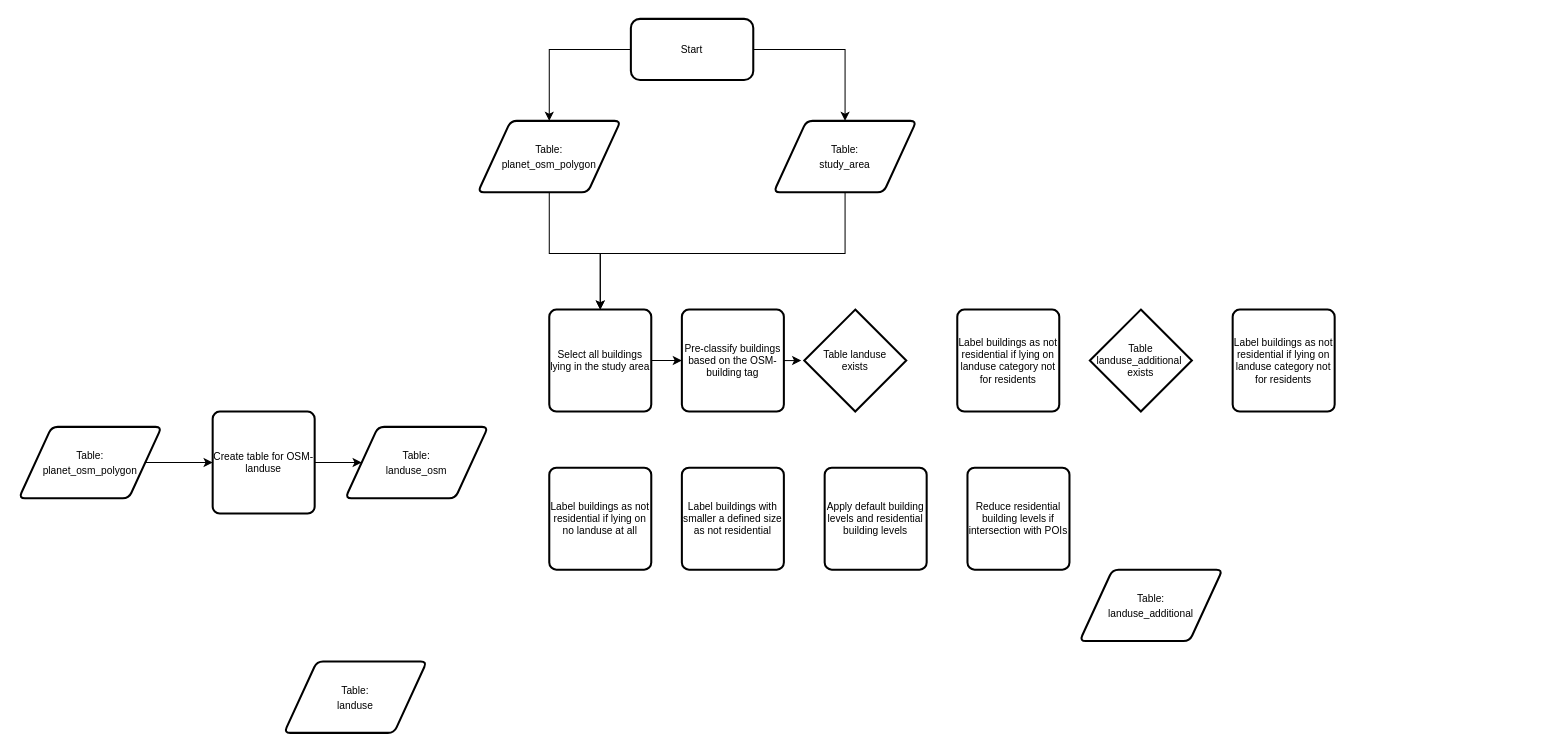
This is app/database/data_preparation/population_disaggregation.drawio from goat-community/goat, a draw.io file, before an edit. Source tidied: cells renumbered, new cells numbered last; positions are measured from the earlier drawing's top-left corner, leaving out a move shared by most shapes. Both pictures are drawn from the tidied source at 102%, with x=0, y=0 at pixel (18, 18).
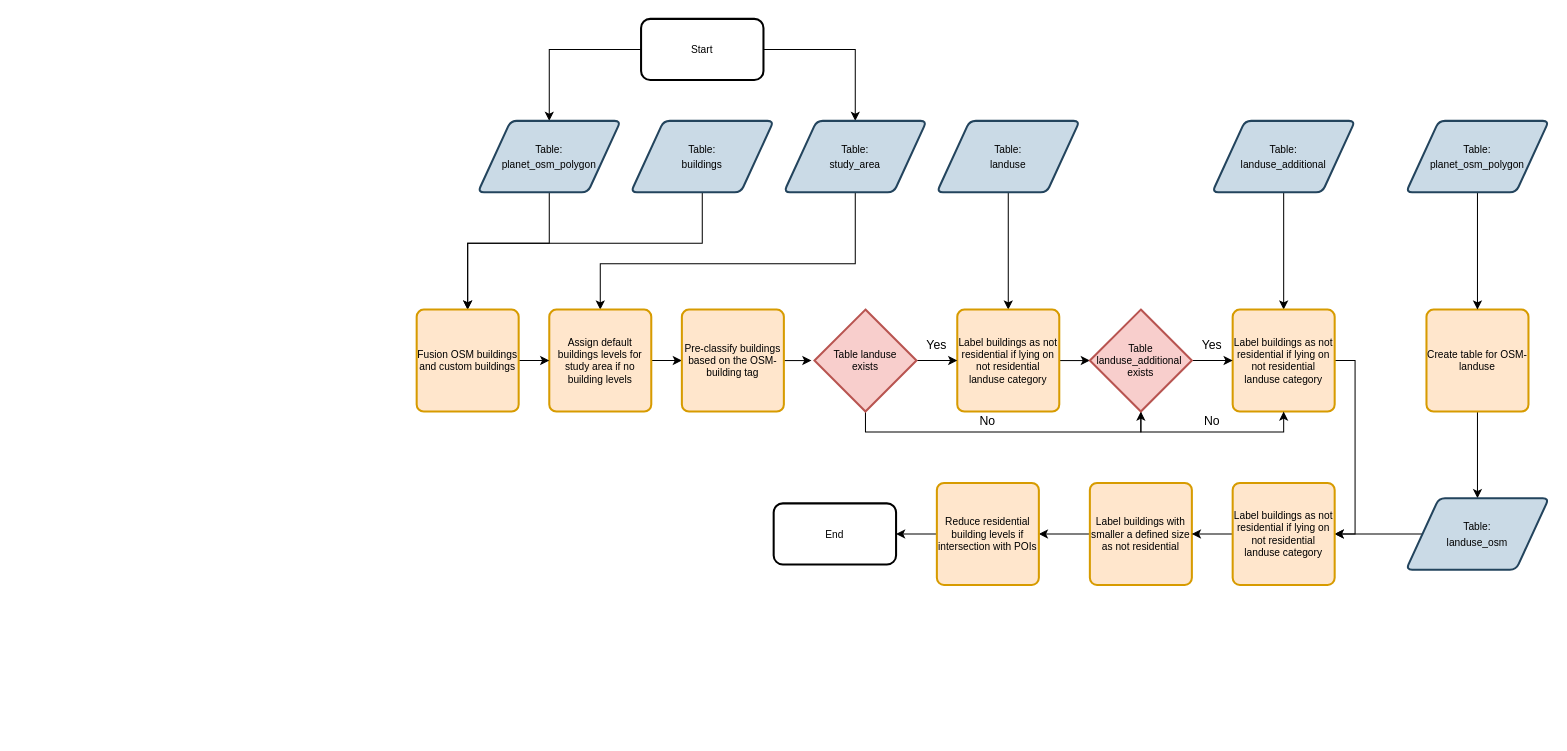
The same page after the edit.

Change to the diagram source:
```diff
@@
     <mxCell id="4" value="&lt;font style=&quot;font-size: 10px;&quot;&gt;Start&lt;/font&gt;" style="rounded=1;whiteSpace=wrap;html=1;strokeWidth=2;fontSize=10;" parent="1" vertex="1">
-      <mxGeometry x="600" width="120" height="60" as="geometry" />
+      <mxGeometry x="610" width="120" height="60" as="geometry" />
     </mxCell>
-    <mxCell id="5" style="edgeStyle=orthogonalEdgeStyle;rounded=0;jettySize=auto;html=1;" parent="1" edge="1" source="6" target="10">
-      <mxGeometry relative="1" as="geometry">
-        <Array as="points">
-          <mxPoint x="520" y="230" />
-          <mxPoint x="570" y="230" />
-        </Array>
-      </mxGeometry>
-    </mxCell>
+    <mxCell id="28" style="edgeStyle=orthogonalEdgeStyle;rounded=0;jettySize=auto;html=1;entryX=0.5;entryY=0;entryDx=0;entryDy=0;" parent="1" edge="1" source="6" target="45">
+      <mxGeometry relative="1" as="geometry">
+        <Array as="points">
+          <mxPoint x="520" y="220" />
+          <mxPoint x="440" y="220" />
+        </Array>
+      </mxGeometry>
+    </mxCell>
-    <mxCell id="6" value="&lt;font style=&quot;font-size: 10px&quot;&gt;Table:&lt;br&gt;planet_osm_polygon&lt;/font&gt;" style="shape=parallelogram;html=1;strokeWidth=2;perimeter=parallelogramPerimeter;whiteSpace=wrap;rounded=1;arcSize=12;size=0.23;" parent="1" vertex="1">
+    <mxCell id="6" value="&lt;font style=&quot;font-size: 10px&quot;&gt;Table:&lt;br&gt;planet_osm_polygon&lt;/font&gt;" style="shape=parallelogram;html=1;strokeWidth=2;perimeter=parallelogramPerimeter;whiteSpace=wrap;rounded=1;arcSize=12;size=0.23;strokeColor=#23445d;fillColor=#CADAE6;" parent="1" vertex="1">
       <mxGeometry x="450" y="100" width="140" height="70" as="geometry" />
     </mxCell>
-    <mxCell id="7" style="edgeStyle=orthogonalEdgeStyle;rounded=0;jettySize=auto;html=1;entryX=0.5;entryY=0;entryDx=0;entryDy=0;" parent="1" edge="1" source="8" target="10">
+    <mxCell id="7" style="edgeStyle=orthogonalEdgeStyle;rounded=0;jettySize=auto;html=1;" parent="1" edge="1" source="8" target="10">
       <mxGeometry relative="1" as="geometry">
         <Array as="points">
-          <mxPoint x="810" y="230" />
-          <mxPoint x="570" y="230" />
+          <mxPoint x="820" y="240" />
+          <mxPoint x="570" y="240" />
         </Array>
       </mxGeometry>
     </mxCell>
-    <mxCell id="8" value="&lt;font style=&quot;font-size: 10px&quot;&gt;Table:&lt;br&gt;study_area&lt;/font&gt;" style="shape=parallelogram;html=1;strokeWidth=2;perimeter=parallelogramPerimeter;whiteSpace=wrap;rounded=1;arcSize=12;size=0.23;" parent="1" vertex="1">
-      <mxGeometry x="740" y="100" width="140" height="70" as="geometry" />
+    <mxCell id="8" value="&lt;font style=&quot;font-size: 10px&quot;&gt;Table:&lt;br&gt;study_area&lt;/font&gt;" style="shape=parallelogram;html=1;strokeWidth=2;perimeter=parallelogramPerimeter;whiteSpace=wrap;rounded=1;arcSize=12;size=0.23;strokeColor=#23445d;fillColor=#CADAE6;" parent="1" vertex="1">
+      <mxGeometry x="750" y="100" width="140" height="70" as="geometry" />
     </mxCell>
@@
-    <mxCell id="10" value="Select all buildings lying in the study area" style="rounded=1;whiteSpace=wrap;html=1;absoluteArcSize=1;arcSize=14;strokeWidth=2;fontSize=10;" parent="1" vertex="1">
+    <mxCell id="10" value="Assign default buildings levels for study area if no building levels" style="rounded=1;whiteSpace=wrap;html=1;absoluteArcSize=1;arcSize=14;strokeWidth=2;fontSize=10;fillColor=#ffe6cc;strokeColor=#d79b00;" parent="1" vertex="1">
       <mxGeometry x="520" y="285" width="100" height="100" as="geometry" />
     </mxCell>
@@
-    <mxCell id="12" value="Pre-classify buildings based on the OSM-building tag" style="rounded=1;whiteSpace=wrap;html=1;absoluteArcSize=1;arcSize=14;strokeWidth=2;fontSize=10;" parent="1" vertex="1">
+    <mxCell id="12" value="Pre-classify buildings based on the OSM-building tag" style="rounded=1;whiteSpace=wrap;html=1;absoluteArcSize=1;arcSize=14;strokeWidth=2;fontSize=10;fillColor=#ffe6cc;strokeColor=#d79b00;" parent="1" vertex="1">
       <mxGeometry x="650" y="285" width="100" height="100" as="geometry" />
     </mxCell>
@@
-    <mxCell id="14" value="Create table for OSM-landuse" style="rounded=1;whiteSpace=wrap;html=1;absoluteArcSize=1;arcSize=14;strokeWidth=2;fontSize=10;" parent="1" vertex="1">
-      <mxGeometry x="190" y="385" width="100" height="100" as="geometry" />
+    <mxCell id="14" value="Create table for OSM-landuse" style="rounded=1;whiteSpace=wrap;html=1;absoluteArcSize=1;arcSize=14;strokeWidth=2;fontSize=10;fillColor=#ffe6cc;strokeColor=#d79b00;" parent="1" vertex="1">
+      <mxGeometry x="1380" y="285" width="100" height="100" as="geometry" />
     </mxCell>
+    <mxCell id="29" style="edgeStyle=orthogonalEdgeStyle;rounded=0;jettySize=auto;html=1;" parent="1" edge="1" source="15" target="43">
+      <mxGeometry relative="1" as="geometry" />
+    </mxCell>
-    <mxCell id="15" value="&lt;font style=&quot;font-size: 10px&quot;&gt;Table:&lt;br&gt;landuse_osm&lt;/font&gt;" style="shape=parallelogram;html=1;strokeWidth=2;perimeter=parallelogramPerimeter;whiteSpace=wrap;rounded=1;arcSize=12;size=0.23;" parent="1" vertex="1">
-      <mxGeometry x="320" y="400" width="140" height="70" as="geometry" />
+    <mxCell id="15" value="&lt;font style=&quot;font-size: 10px&quot;&gt;Table:&lt;br&gt;landuse_osm&lt;/font&gt;" style="shape=parallelogram;html=1;strokeWidth=2;perimeter=parallelogramPerimeter;whiteSpace=wrap;rounded=1;arcSize=12;size=0.23;strokeColor=#23445d;fillColor=#CADAE6;" parent="1" vertex="1">
+      <mxGeometry x="1360" y="470" width="140" height="70" as="geometry" />
     </mxCell>
-    <mxCell id="16" style="edgeStyle=orthogonalEdgeStyle;rounded=0;jettySize=auto;html=1;entryX=0;entryY=0.5;entryDx=0;entryDy=0;fontSize=10;" parent="1" edge="1" source="17" target="14">
+    <mxCell id="16" style="edgeStyle=orthogonalEdgeStyle;rounded=0;jettySize=auto;html=1;" parent="1" edge="1" source="17" target="14">
       <mxGeometry relative="1" as="geometry" />
     </mxCell>
-    <mxCell id="17" value="&lt;font style=&quot;font-size: 10px&quot;&gt;Table:&lt;br&gt;planet_osm_polygon&lt;/font&gt;" style="shape=parallelogram;html=1;strokeWidth=2;perimeter=parallelogramPerimeter;whiteSpace=wrap;rounded=1;arcSize=12;size=0.23;" parent="1" vertex="1">
-      <mxGeometry y="400" width="140" height="70" as="geometry" />
+    <mxCell id="17" value="&lt;font style=&quot;font-size: 10px&quot;&gt;Table:&lt;br&gt;planet_osm_polygon&lt;/font&gt;" style="shape=parallelogram;html=1;strokeWidth=2;perimeter=parallelogramPerimeter;whiteSpace=wrap;rounded=1;arcSize=12;size=0.23;strokeColor=#23445d;fillColor=#CADAE6;" parent="1" vertex="1">
+      <mxGeometry x="1360" y="100" width="140" height="70" as="geometry" />
     </mxCell>
+    <mxCell id="30" style="edgeStyle=orthogonalEdgeStyle;rounded=0;jettySize=auto;html=1;" parent="1" edge="1" source="18" target="19">
+      <mxGeometry relative="1" as="geometry" />
+    </mxCell>
-    <mxCell id="18" value="&lt;font style=&quot;font-size: 10px&quot;&gt;Table:&lt;br&gt;landuse&lt;br&gt;&lt;/font&gt;" style="shape=parallelogram;html=1;strokeWidth=2;perimeter=parallelogramPerimeter;whiteSpace=wrap;rounded=1;arcSize=12;size=0.23;" parent="1" vertex="1">
-      <mxGeometry x="260" y="630" width="140" height="70" as="geometry" />
+    <mxCell id="18" value="&lt;font style=&quot;font-size: 10px&quot;&gt;Table:&lt;br&gt;landuse&lt;br&gt;&lt;/font&gt;" style="shape=parallelogram;html=1;strokeWidth=2;perimeter=parallelogramPerimeter;whiteSpace=wrap;rounded=1;arcSize=12;size=0.23;strokeColor=#23445d;fillColor=#CADAE6;" parent="1" vertex="1">
+      <mxGeometry x="900" y="100" width="140" height="70" as="geometry" />
     </mxCell>
+    <mxCell id="31" style="edgeStyle=orthogonalEdgeStyle;rounded=0;jettySize=auto;html=1;exitX=1;exitY=0.5;exitDx=0;exitDy=0;entryX=0;entryY=0.5;entryDx=0;entryDy=0;entryPerimeter=0;" parent="1" edge="1" source="19" target="23">
+      <mxGeometry relative="1" as="geometry" />
+    </mxCell>
-    <mxCell id="19" value="Label buildings as not residential if lying on landuse category not for residents" style="rounded=1;whiteSpace=wrap;html=1;absoluteArcSize=1;arcSize=14;strokeWidth=2;fontSize=10;" parent="1" vertex="1">
+    <mxCell id="19" value="Label buildings as not residential if lying on not residential landuse category" style="rounded=1;whiteSpace=wrap;html=1;absoluteArcSize=1;arcSize=14;strokeWidth=2;fontSize=10;fillColor=#ffe6cc;strokeColor=#d79b00;" parent="1" vertex="1">
       <mxGeometry x="920" y="285" width="100" height="100" as="geometry" />
     </mxCell>
+    <mxCell id="32" style="edgeStyle=orthogonalEdgeStyle;rounded=0;jettySize=auto;html=1;entryX=0.5;entryY=0;entryDx=0;entryDy=0;" parent="1" edge="1" source="20" target="21">
+      <mxGeometry relative="1" as="geometry" />
+    </mxCell>
-    <mxCell id="20" value="&lt;font style=&quot;font-size: 10px&quot;&gt;Table:&lt;br&gt;landuse_additional&lt;br&gt;&lt;/font&gt;" style="shape=parallelogram;html=1;strokeWidth=2;perimeter=parallelogramPerimeter;whiteSpace=wrap;rounded=1;arcSize=12;size=0.23;" parent="1" vertex="1">
-      <mxGeometry x="1040" y="540" width="140" height="70" as="geometry" />
+    <mxCell id="20" value="&lt;font style=&quot;font-size: 10px&quot;&gt;Table:&lt;br&gt;landuse_additional&lt;br&gt;&lt;/font&gt;" style="shape=parallelogram;html=1;strokeWidth=2;perimeter=parallelogramPerimeter;whiteSpace=wrap;rounded=1;arcSize=12;size=0.23;strokeColor=#23445d;fillColor=#CADAE6;" parent="1" vertex="1">
+      <mxGeometry x="1170" y="100" width="140" height="70" as="geometry" />
     </mxCell>
+    <mxCell id="33" style="edgeStyle=orthogonalEdgeStyle;rounded=0;jettySize=auto;html=1;exitX=1;exitY=0.5;exitDx=0;exitDy=0;entryX=1;entryY=0.5;entryDx=0;entryDy=0;" parent="1" edge="1" source="21" target="43">
+      <mxGeometry relative="1" as="geometry" />
+    </mxCell>
-    <mxCell id="21" value="Label buildings as not residential if lying on landuse category not for residents" style="rounded=1;whiteSpace=wrap;html=1;absoluteArcSize=1;arcSize=14;strokeWidth=2;fontSize=10;" parent="1" vertex="1">
+    <mxCell id="21" value="Label buildings as not residential if lying on not residential landuse category" style="rounded=1;whiteSpace=wrap;html=1;absoluteArcSize=1;arcSize=14;strokeWidth=2;fontSize=10;fillColor=#ffe6cc;strokeColor=#d79b00;" parent="1" vertex="1">
       <mxGeometry x="1190" y="285" width="100" height="100" as="geometry" />
     </mxCell>
+    <mxCell id="34" style="edgeStyle=orthogonalEdgeStyle;rounded=0;jettySize=auto;html=1;exitX=1;exitY=0.5;exitDx=0;exitDy=0;exitPerimeter=0;entryX=0;entryY=0.5;entryDx=0;entryDy=0;" parent="1" edge="1" source="22" target="19">
+      <mxGeometry relative="1" as="geometry" />
+    </mxCell>
+    <mxCell id="35" style="edgeStyle=orthogonalEdgeStyle;rounded=0;jettySize=auto;html=1;entryX=0.5;entryY=1;entryDx=0;entryDy=0;entryPerimeter=0;" parent="1" edge="1" source="22" target="23">
+      <mxGeometry relative="1" as="geometry">
+        <Array as="points">
+          <mxPoint x="830" y="405" />
+          <mxPoint x="1100" y="405" />
+        </Array>
+      </mxGeometry>
+    </mxCell>
-    <mxCell id="22" value="Table landuse &lt;br&gt;exists" style="strokeWidth=2;html=1;shape=mxgraph.flowchart.decision;whiteSpace=wrap;rounded=1;fontSize=10;" parent="1" vertex="1">
-      <mxGeometry x="770" y="285" width="100" height="100" as="geometry" />
+    <mxCell id="22" value="Table landuse &lt;br&gt;exists" style="strokeWidth=2;html=1;shape=mxgraph.flowchart.decision;whiteSpace=wrap;rounded=1;fontSize=10;fillColor=#f8cecc;strokeColor=#b85450;" parent="1" vertex="1">
+      <mxGeometry x="780" y="285" width="100" height="100" as="geometry" />
     </mxCell>
+    <mxCell id="36" style="edgeStyle=orthogonalEdgeStyle;rounded=0;jettySize=auto;html=1;exitX=1;exitY=0.5;exitDx=0;exitDy=0;exitPerimeter=0;entryX=0;entryY=0.5;entryDx=0;entryDy=0;" parent="1" edge="1" source="23" target="21">
+      <mxGeometry relative="1" as="geometry" />
+    </mxCell>
+    <mxCell id="37" style="edgeStyle=orthogonalEdgeStyle;rounded=0;jettySize=auto;html=1;exitX=0.5;exitY=1;exitDx=0;exitDy=0;exitPerimeter=0;entryX=0.5;entryY=1;entryDx=0;entryDy=0;" parent="1" edge="1" source="23" target="21">
+      <mxGeometry relative="1" as="geometry" />
+    </mxCell>
-    <mxCell id="23" value="Table landuse_additional&amp;nbsp;&lt;br&gt;exists" style="strokeWidth=2;html=1;shape=mxgraph.flowchart.decision;whiteSpace=wrap;rounded=1;fontSize=10;" parent="1" vertex="1">
+    <mxCell id="23" value="Table landuse_additional&amp;nbsp;&lt;br&gt;exists" style="strokeWidth=2;html=1;shape=mxgraph.flowchart.decision;whiteSpace=wrap;rounded=1;fontSize=10;fillColor=#f8cecc;strokeColor=#b85450;" parent="1" vertex="1">
       <mxGeometry x="1050" y="285" width="100" height="100" as="geometry" />
     </mxCell>
-    <mxCell id="24" value="Label buildings as not residential if lying on no landuse at all" style="rounded=1;whiteSpace=wrap;html=1;absoluteArcSize=1;arcSize=14;strokeWidth=2;fontSize=10;" parent="1" vertex="1">
-      <mxGeometry x="520" y="440" width="100" height="100" as="geometry" />
-    </mxCell>
+    <mxCell id="38" style="edgeStyle=orthogonalEdgeStyle;rounded=0;jettySize=auto;html=1;" parent="1" edge="1" source="25" target="27">
+      <mxGeometry relative="1" as="geometry" />
+    </mxCell>
-    <mxCell id="25" value="Label buildings with smaller a defined size as not residential" style="rounded=1;whiteSpace=wrap;html=1;absoluteArcSize=1;arcSize=14;strokeWidth=2;fontSize=10;" parent="1" vertex="1">
-      <mxGeometry x="650" y="440" width="100" height="100" as="geometry" />
+    <mxCell id="25" value="Label buildings with smaller a defined size as not residential" style="rounded=1;whiteSpace=wrap;html=1;absoluteArcSize=1;arcSize=14;strokeWidth=2;fontSize=10;fillColor=#ffe6cc;strokeColor=#d79b00;" parent="1" vertex="1">
+      <mxGeometry x="1050" y="455" width="100" height="100" as="geometry" />
     </mxCell>
-    <mxCell id="26" value="Apply default building levels and residential building levels" style="rounded=1;whiteSpace=wrap;html=1;absoluteArcSize=1;arcSize=14;strokeWidth=2;fontSize=10;" parent="1" vertex="1">
-      <mxGeometry x="790" y="440" width="100" height="100" as="geometry" />
-    </mxCell>
+    <mxCell id="39" style="edgeStyle=orthogonalEdgeStyle;rounded=0;jettySize=auto;html=1;" parent="1" edge="1" source="27" target="46">
+      <mxGeometry relative="1" as="geometry" />
+    </mxCell>
-    <mxCell id="27" value="Reduce residential building levels if intersection with POIs" style="rounded=1;whiteSpace=wrap;html=1;absoluteArcSize=1;arcSize=14;strokeWidth=2;fontSize=10;" parent="1" vertex="1">
-      <mxGeometry x="930" y="440" width="100" height="100" as="geometry" />
+    <mxCell id="27" value="Reduce residential building levels if intersection with POIs" style="rounded=1;whiteSpace=wrap;html=1;absoluteArcSize=1;arcSize=14;strokeWidth=2;fontSize=10;fillColor=#ffe6cc;strokeColor=#d79b00;" parent="1" vertex="1">
+      <mxGeometry x="900" y="455" width="100" height="100" as="geometry" />
     </mxCell>
+    <mxCell id="40" style="edgeStyle=orthogonalEdgeStyle;rounded=0;jettySize=auto;html=1;entryX=0.5;entryY=0;entryDx=0;entryDy=0;" parent="1" edge="1" source="41" target="45">
+      <mxGeometry relative="1" as="geometry">
+        <Array as="points">
+          <mxPoint x="670" y="220" />
+          <mxPoint x="440" y="220" />
+        </Array>
+      </mxGeometry>
+    </mxCell>
+    <mxCell id="41" value="&lt;font style=&quot;font-size: 10px&quot;&gt;Table:&lt;br&gt;buildings&lt;/font&gt;" style="shape=parallelogram;html=1;strokeWidth=2;perimeter=parallelogramPerimeter;whiteSpace=wrap;rounded=1;arcSize=12;size=0.23;strokeColor=#23445d;fillColor=#CADAE6;" parent="1" vertex="1">
+      <mxGeometry x="600" y="100" width="140" height="70" as="geometry" />
+    </mxCell>
+    <mxCell id="42" style="edgeStyle=orthogonalEdgeStyle;rounded=0;jettySize=auto;html=1;" parent="1" edge="1" source="43" target="25">
+      <mxGeometry relative="1" as="geometry" />
+    </mxCell>
+    <mxCell id="43" value="Label buildings as not residential if lying on not residential landuse category" style="rounded=1;whiteSpace=wrap;html=1;absoluteArcSize=1;arcSize=14;strokeWidth=2;fontSize=10;fillColor=#ffe6cc;strokeColor=#d79b00;" parent="1" vertex="1">
+      <mxGeometry x="1190" y="455" width="100" height="100" as="geometry" />
+    </mxCell>
+    <mxCell id="44" style="edgeStyle=orthogonalEdgeStyle;rounded=0;jettySize=auto;html=1;" parent="1" edge="1" source="45" target="10">
+      <mxGeometry relative="1" as="geometry" />
+    </mxCell>
+    <mxCell id="45" value="Fusion OSM buildings and custom buildings" style="rounded=1;whiteSpace=wrap;html=1;absoluteArcSize=1;arcSize=14;strokeWidth=2;fontSize=10;fillColor=#ffe6cc;strokeColor=#d79b00;" parent="1" vertex="1">
+      <mxGeometry x="390" y="285" width="100" height="100" as="geometry" />
+    </mxCell>
+    <mxCell id="46" value="&lt;font style=&quot;font-size: 10px&quot;&gt;End&lt;/font&gt;" style="rounded=1;whiteSpace=wrap;html=1;strokeWidth=2;fontSize=10;" parent="1" vertex="1">
+      <mxGeometry x="740" y="475" width="120" height="60" as="geometry" />
+    </mxCell>
+    <mxCell id="47" value="Yes" style="text;html=1;strokeColor=none;fillColor=none;align=center;verticalAlign=middle;whiteSpace=wrap;rounded=0;" parent="1" vertex="1">
+      <mxGeometry x="880" y="310" width="40" height="20" as="geometry" />
+    </mxCell>
+    <mxCell id="48" value="No" style="text;html=1;strokeColor=none;fillColor=none;align=center;verticalAlign=middle;whiteSpace=wrap;rounded=0;" parent="1" vertex="1">
+      <mxGeometry x="930" y="385" width="40" height="20" as="geometry" />
+    </mxCell>
+    <mxCell id="49" value="No" style="text;html=1;strokeColor=none;fillColor=none;align=center;verticalAlign=middle;whiteSpace=wrap;rounded=0;" parent="1" vertex="1">
+      <mxGeometry x="1150" y="385" width="40" height="20" as="geometry" />
+    </mxCell>
+    <mxCell id="50" value="Yes" style="text;html=1;strokeColor=none;fillColor=none;align=center;verticalAlign=middle;whiteSpace=wrap;rounded=0;" parent="1" vertex="1">
+      <mxGeometry x="1150" y="310" width="40" height="20" as="geometry" />
+    </mxCell>
```
